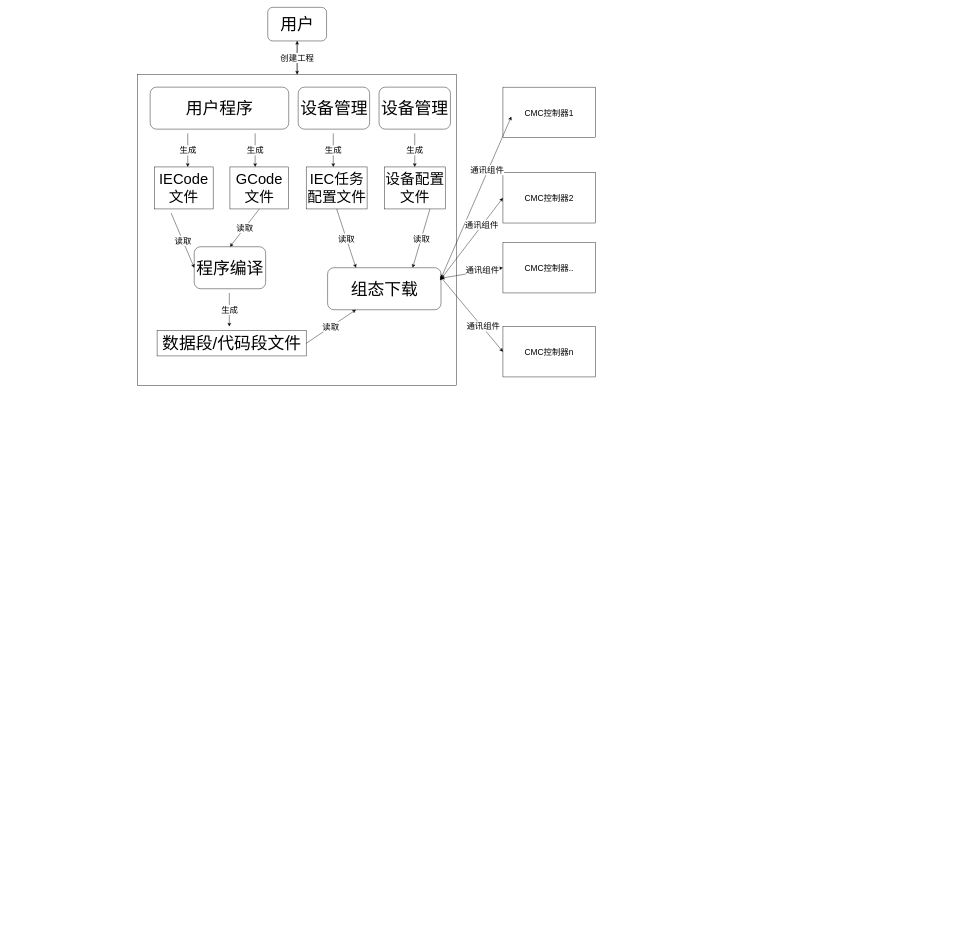
Before: Untitled Diagram.drawio in nathanningbo/general_ztf, a draw.io diagram. Source tidied: cells renumbered, new cells numbered last; positions are measured from the earlier drawing's top-left corner, leaving out a move shared by most shapes. Both pictures are drawn from the tidied source at 42%, with x=0, y=0 at pixel (137, 7).
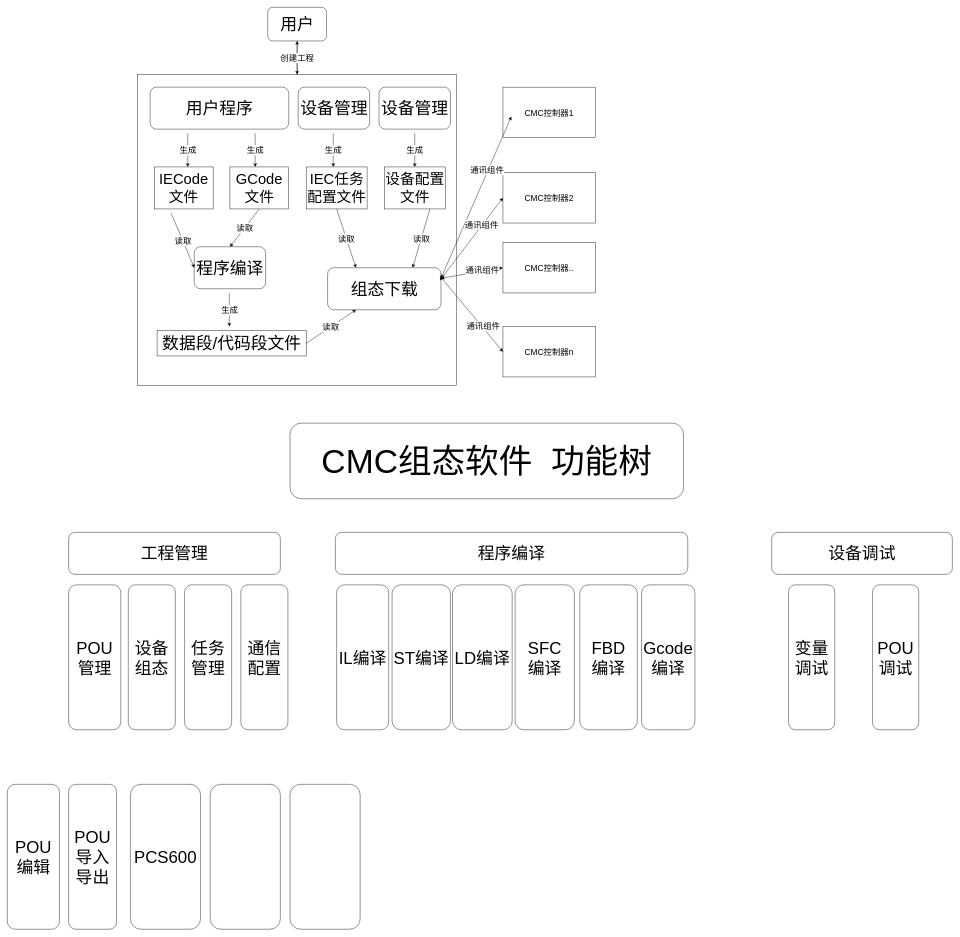
The same page after the edit.

What changed in the source:
```diff
@@
+    <mxCell id="38" value="&lt;font style=&quot;font-size: 40px&quot;&gt;工程管理&lt;/font&gt;" style="rounded=1;whiteSpace=wrap;html=1;" parent="1" vertex="1">
+      <mxGeometry x="-164" y="1250" width="504" height="100" as="geometry" />
+    </mxCell>
+    <mxCell id="39" value="&lt;font style=&quot;font-size: 80px&quot;&gt;CMC组态软件&amp;nbsp; 功能树&lt;/font&gt;" style="rounded=1;whiteSpace=wrap;html=1;" parent="1" vertex="1">
+      <mxGeometry x="363" y="990" width="937" height="180" as="geometry" />
+    </mxCell>
+    <mxCell id="40" value="&lt;p&gt;&lt;font style=&quot;font-size: 40px&quot; face=&quot;Helvetica&quot;&gt;POU管理&lt;/font&gt;&lt;/p&gt;" style="rounded=1;whiteSpace=wrap;textDirection=ltr;html=1;" parent="1" vertex="1">
+      <mxGeometry x="-164" y="1375" width="124" height="345" as="geometry" />
+    </mxCell>
+    <mxCell id="41" value="&lt;font style=&quot;font-size: 40px&quot;&gt;设备组态&lt;/font&gt;" style="rounded=1;whiteSpace=wrap;textDirection=ltr;html=1;" parent="1" vertex="1">
+      <mxGeometry x="-22" y="1375" width="112" height="345" as="geometry" />
+    </mxCell>
+    <mxCell id="42" value="&lt;p style=&quot;font-size: 40px&quot;&gt;任务管理&lt;/p&gt;" style="rounded=1;whiteSpace=wrap;textDirection=ltr;html=1;" parent="1" vertex="1">
+      <mxGeometry x="112" y="1375" width="112" height="345" as="geometry" />
+    </mxCell>
+    <mxCell id="43" value="&lt;font style=&quot;font-size: 40px&quot;&gt;通信配置&lt;/font&gt;" style="rounded=1;whiteSpace=wrap;textDirection=ltr;html=1;" parent="1" vertex="1">
+      <mxGeometry x="246" y="1375" width="112" height="345" as="geometry" />
+    </mxCell>
+    <mxCell id="44" value="&lt;p&gt;&lt;font style=&quot;font-size: 40px&quot; face=&quot;Helvetica&quot;&gt;POU编辑&lt;/font&gt;&lt;/p&gt;" style="rounded=1;whiteSpace=wrap;textDirection=ltr;html=1;" parent="1" vertex="1">
+      <mxGeometry x="-310" y="1850" width="124" height="345" as="geometry" />
+    </mxCell>
+    <mxCell id="45" value="&lt;p&gt;&lt;font style=&quot;font-size: 40px&quot; face=&quot;Helvetica&quot;&gt;POU导入导出&lt;/font&gt;&lt;/p&gt;" style="rounded=1;whiteSpace=wrap;textDirection=ltr;html=1;" parent="1" vertex="1">
+      <mxGeometry x="-164" y="1850" width="114" height="345" as="geometry" />
+    </mxCell>
+    <mxCell id="46" value="&lt;font style=&quot;font-size: 40px&quot;&gt;PCS600&lt;/font&gt;" style="rounded=1;whiteSpace=wrap;textDirection=ltr;html=1;" parent="1" vertex="1">
+      <mxGeometry x="-17" y="1850" width="167" height="345" as="geometry" />
+    </mxCell>
+    <mxCell id="47" style="rounded=1;whiteSpace=wrap;textDirection=ltr;html=1;" parent="1" vertex="1">
+      <mxGeometry x="173" y="1850" width="167" height="345" as="geometry" />
+    </mxCell>
+    <mxCell id="48" style="rounded=1;whiteSpace=wrap;textDirection=ltr;html=1;" parent="1" vertex="1">
+      <mxGeometry x="363" y="1850" width="167" height="345" as="geometry" />
+    </mxCell>
+    <mxCell id="49" value="&lt;font style=&quot;font-size: 40px&quot;&gt;程序编译&lt;/font&gt;" style="rounded=1;whiteSpace=wrap;html=1;" parent="1" vertex="1">
+      <mxGeometry x="471" y="1250" width="839" height="100" as="geometry" />
+    </mxCell>
+    <mxCell id="50" value="&lt;font style=&quot;font-size: 40px&quot;&gt;IL编译&lt;/font&gt;" style="rounded=1;whiteSpace=wrap;textDirection=ltr;html=1;" parent="1" vertex="1">
+      <mxGeometry x="474" y="1375" width="124" height="345" as="geometry" />
+    </mxCell>
+    <mxCell id="51" value="&lt;font style=&quot;font-size: 40px&quot;&gt;ST编译&lt;/font&gt;" style="rounded=1;whiteSpace=wrap;textDirection=ltr;html=1;" parent="1" vertex="1">
+      <mxGeometry x="606" y="1375" width="139" height="345" as="geometry" />
+    </mxCell>
+    <mxCell id="52" value="&lt;font style=&quot;font-size: 40px&quot;&gt;LD编译&lt;/font&gt;" style="rounded=1;whiteSpace=wrap;textDirection=ltr;html=1;" parent="1" vertex="1">
+      <mxGeometry x="750" y="1375" width="142" height="345" as="geometry" />
+    </mxCell>
+    <mxCell id="53" value="&lt;div&gt;&lt;font style=&quot;font-size: 40px&quot;&gt;SFC&lt;/font&gt;&lt;/div&gt;&lt;div&gt;&lt;font style=&quot;font-size: 40px&quot;&gt;编译&lt;/font&gt;&lt;/div&gt;" style="rounded=1;whiteSpace=wrap;textDirection=ltr;html=1;" parent="1" vertex="1">
+      <mxGeometry x="899" y="1375" width="141" height="345" as="geometry" />
+    </mxCell>
+    <mxCell id="54" value="&lt;div&gt;&lt;font style=&quot;font-size: 40px&quot;&gt;FBD&lt;/font&gt;&lt;font style=&quot;font-size: 40px&quot;&gt;&lt;br&gt;&lt;/font&gt;&lt;/div&gt;&lt;div&gt;&lt;font style=&quot;font-size: 40px&quot;&gt;编译&lt;/font&gt;&lt;/div&gt;" style="rounded=1;whiteSpace=wrap;textDirection=ltr;html=1;" parent="1" vertex="1">
+      <mxGeometry x="1053" y="1375" width="137" height="345" as="geometry" />
+    </mxCell>
+    <mxCell id="55" value="&lt;font style=&quot;font-size: 40px&quot;&gt;Gcode编译&lt;/font&gt;" style="rounded=1;whiteSpace=wrap;textDirection=ltr;html=1;" parent="1" vertex="1">
+      <mxGeometry x="1200" y="1375" width="127" height="345" as="geometry" />
+    </mxCell>
+    <mxCell id="56" value="&lt;font style=&quot;font-size: 40px&quot;&gt;设备调试&lt;/font&gt;" style="rounded=1;whiteSpace=wrap;html=1;" parent="1" vertex="1">
+      <mxGeometry x="1510" y="1250" width="430" height="100" as="geometry" />
+    </mxCell>
+    <mxCell id="57" value="&lt;font style=&quot;font-size: 40px&quot;&gt;变量调试&lt;/font&gt;" style="rounded=1;whiteSpace=wrap;textDirection=ltr;html=1;" parent="1" vertex="1">
+      <mxGeometry x="1550" y="1375" width="110" height="345" as="geometry" />
+    </mxCell>
+    <mxCell id="58" value="&lt;font style=&quot;font-size: 40px&quot;&gt;POU调试&lt;/font&gt;" style="rounded=1;whiteSpace=wrap;textDirection=ltr;html=1;" parent="1" vertex="1">
+      <mxGeometry x="1750" y="1375" width="110" height="345" as="geometry" />
+    </mxCell>
```
